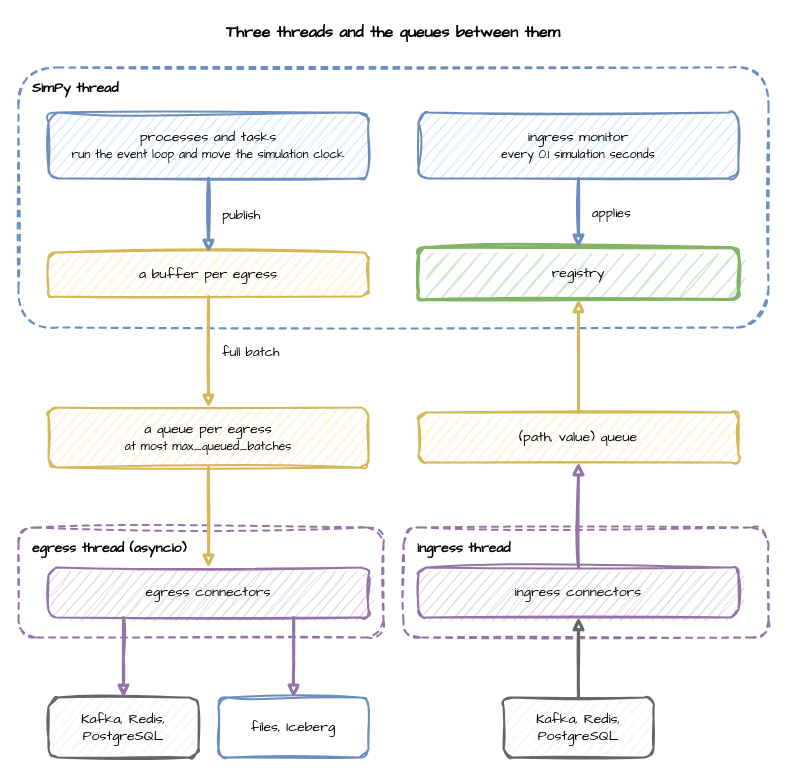
jaehyeon-kim/desflow keeps this draw.io diagram as docs/assets/diagrams/runtime-threads.drawio. Above is the earlier version. Source tidied: cells renumbered, new cells numbered last; positions are measured from the earlier drawing's top-left corner, leaving out a move shared by most shapes. Both pictures are drawn from the tidied source at 100%, with x=0, y=0 at pixel (18, 17).
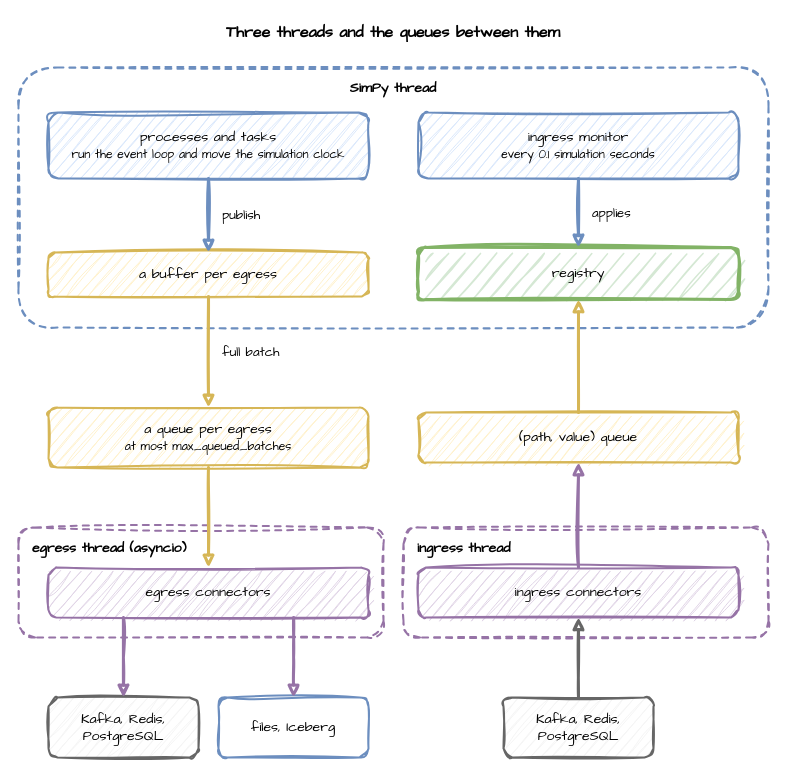
After the change.

Diff of the diagram source:
```diff
@@
-    <mxCell id="5" value="SimPy thread" style="rounded=1;whiteSpace=wrap;html=1;sketch=1;curveFitting=1;jiggle=2;fontFamily=Comic Sans MS;fontSize=14;fillColor=none;strokeColor=#6c8ebf;strokeWidth=2;dashed=1;verticalAlign=top;align=left;spacingLeft=12;spacingTop=6;fontStyle=1;" parent="1" vertex="1">
+    <mxCell id="5" value="SimPy thread" style="rounded=1;whiteSpace=wrap;html=1;sketch=1;curveFitting=1;jiggle=2;fontFamily=Comic Sans MS;fontSize=14;fillColor=none;strokeColor=#6c8ebf;strokeWidth=2;dashed=1;verticalAlign=top;align=center;spacingTop=6;fontStyle=1;" parent="1" vertex="1">
       <mxGeometry y="50" width="750" height="260" as="geometry" />
     </mxCell>
```
